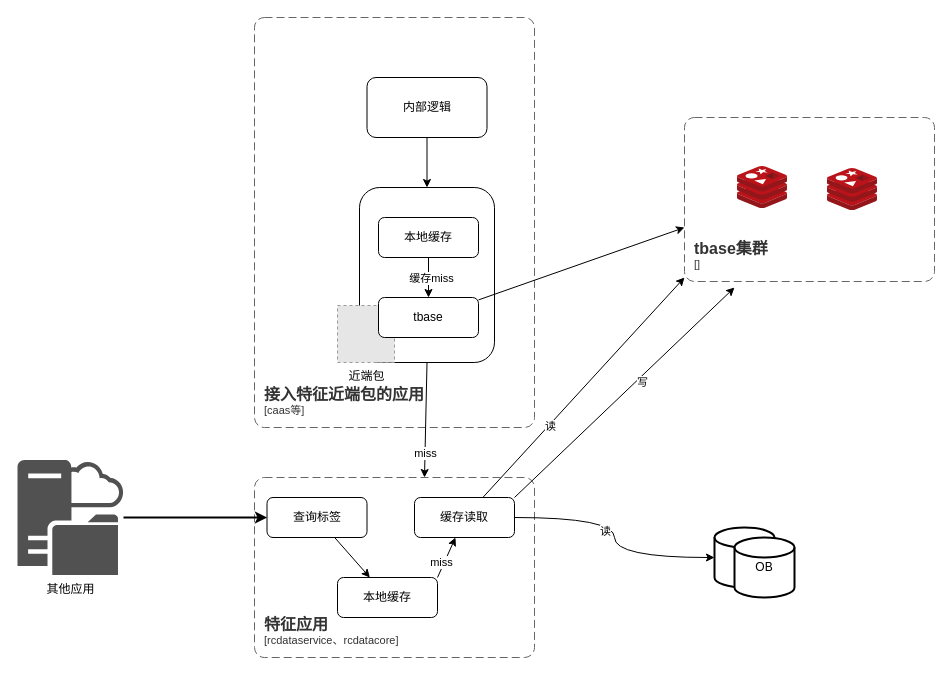
The draw.io diagram doc/draw/未命名绘图.drawio in LiYeLin/fruitSellerClient, before the edit. Source tidied: cells renumbered, new cells numbered last; positions are measured from the earlier drawing's top-left corner, leaving out a move shared by most shapes. Both pictures are drawn from the tidied source at 100%, with x=0, y=0 at pixel (17, 17). Pictures stored in the file or linked from it are replaced by grey dashed boxes.
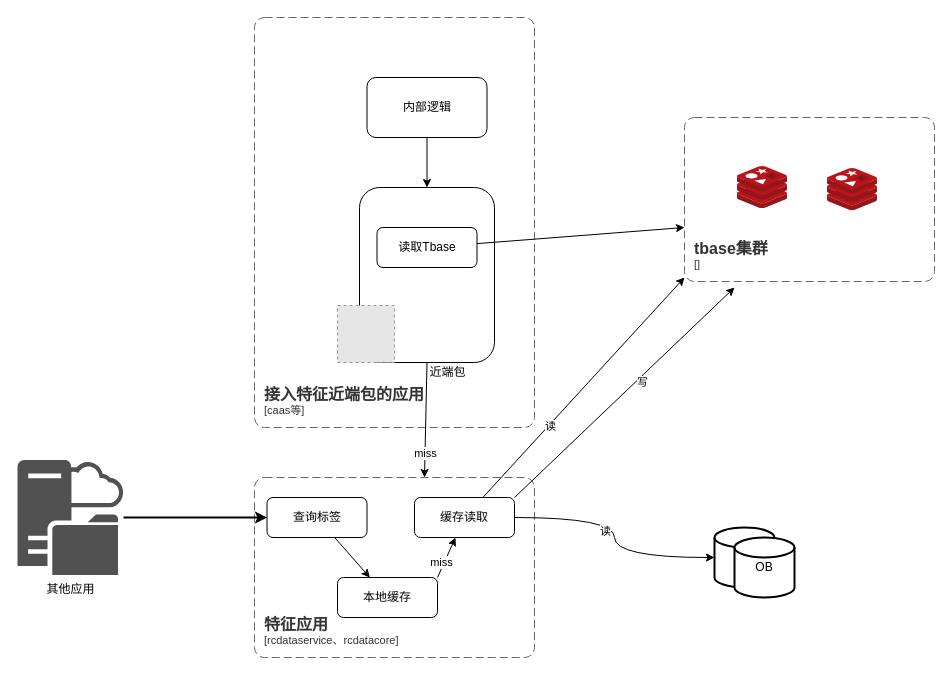
The same diagram, later.

Commit message:
更新未命名绘图.drawio

Unchanged cells that the change refers to:
```xml
<mxCell id="2" style="group;" parent="1" vertex="1">
  <mxGeometry width="917" height="640" as="geometry" />
</mxCell>
```

Change to the diagram source:
```diff
@@
-    <mxCell id="7" value="近端包" style="fillColor=#E6E6E6;strokeColor=#999999;dashed=1;html=1;verticalAlign=top;verticalLabelPosition=bottom;labelBackgroundColor=#ffffff;" parent="2" vertex="1">
+    <mxCell id="7" style="fillColor=#E6E6E6;strokeColor=#999999;dashed=1;html=1;verticalAlign=top;verticalLabelPosition=bottom;labelBackgroundColor=#ffffff;" parent="2" vertex="1">
       <mxGeometry x="320" y="288" width="57" height="57" as="geometry" />
     </mxCell>
-    <mxCell id="8" value="本地缓存" style="rounded=1;whiteSpace=wrap;html=1;" parent="2" vertex="1">
-      <mxGeometry x="361" y="200" width="100" height="40" as="geometry" />
-    </mxCell>
@@
-    <mxCell id="10" value="tbase" style="rounded=1;whiteSpace=wrap;html=1;" parent="2" vertex="1">
-      <mxGeometry x="361" y="280" width="100" height="40" as="geometry" />
+    <mxCell id="10" value="读取Tbase" style="rounded=1;whiteSpace=wrap;html=1;" parent="2" vertex="1">
+      <mxGeometry x="359.5" y="210" width="100" height="40" as="geometry" />
     </mxCell>
-    <mxCell id="11" style="edgeStyle=orthogonalEdgeStyle;rounded=0;jettySize=auto;html=1;entryX=0.5;entryY=0;entryDx=0;entryDy=0;" parent="2" edge="1" source="8" target="10">
-      <mxGeometry relative="1" as="geometry" />
-    </mxCell>
-    <mxCell id="12" value="缓存miss" style="edgeLabel;html=1;align=center;verticalAlign=middle;" parent="11" vertex="1">
-      <mxGeometry x="0.01" y="2" relative="1" as="geometry" />
-    </mxCell>
@@
+    <mxCell id="37" value="近端包" style="text;html=1;align=center;verticalAlign=middle;strokeColor=none;fillColor=none;" parent="2" vertex="1">
+      <mxGeometry x="399.5" y="340" width="60" height="30" as="geometry" />
+    </mxCell>
```
